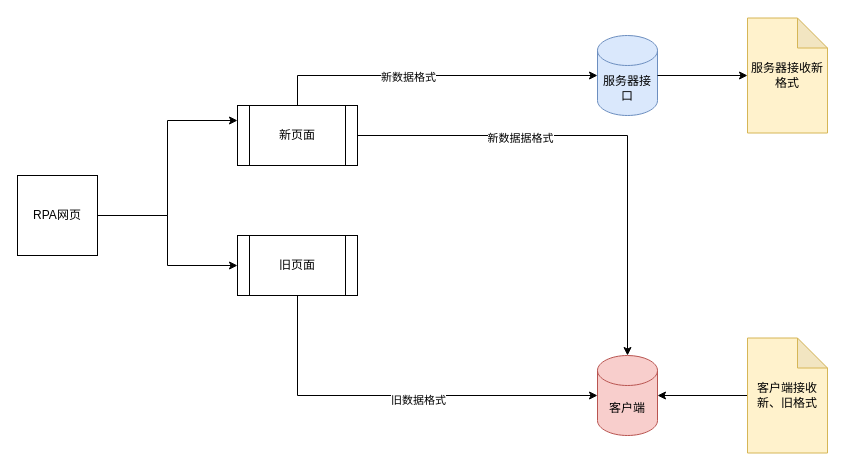
Before: 自动化上云2.drawio in hijimo/flow-pics, a draw.io diagram. Source tidied: cells renumbered, new cells numbered last; positions are measured from the earlier drawing's top-left corner, leaving out a move shared by most shapes. Both pictures are drawn from the tidied source at 100%, with x=0, y=0 at pixel (17, 17).
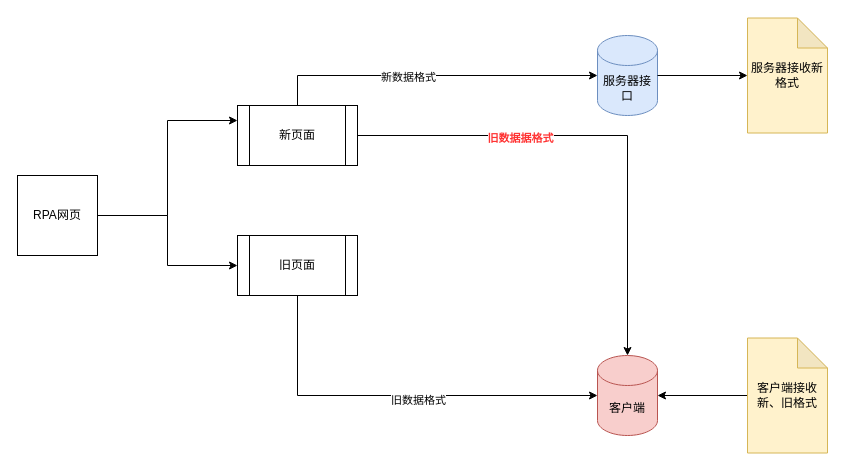
After the change.

Commit message (it also covers changes not shown here):
更新自动化上云2.drawio

Unchanged cells that the change refers to:
```xml
<mxCell id="13" style="edgeStyle=orthogonalEdgeStyle;rounded=0;jettySize=auto;html=1;entryX=0.5;entryY=0;entryDx=0;entryDy=0;entryPerimeter=0;" parent="1" edge="1" source="9" target="5">
  <mxGeometry relative="1" as="geometry" />
</mxCell>
```

Diff of the diagram source:
```diff
@@
-    <mxCell id="14" value="新数据据格式" style="edgeLabel;html=1;align=center;verticalAlign=middle;" parent="13" vertex="1">
+    <mxCell id="14" value="&lt;font color=&quot;#ff3333&quot;&gt;&lt;b&gt;旧数据据格式&lt;/b&gt;&lt;/font&gt;" style="edgeLabel;html=1;align=center;verticalAlign=middle;" parent="13" vertex="1">
       <mxGeometry x="-0.34" y="-2" relative="1" as="geometry" />
     </mxCell>
```
